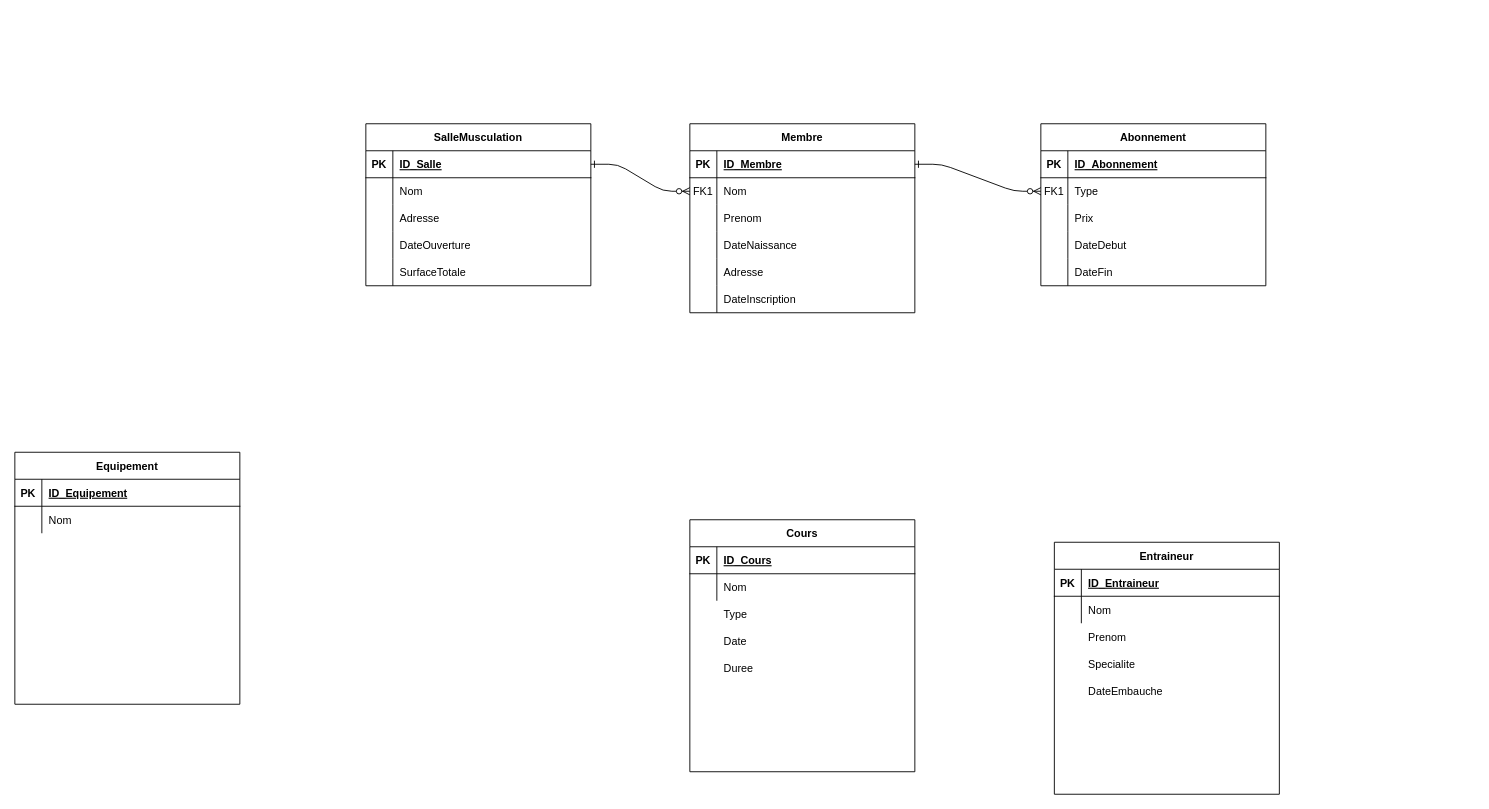
This is SchémaE/R.drawio from uvsqNathanAmoussou/SalleDeMuscuBDD, a draw.io file, before an edit. Source tidied: cells renumbered, new cells numbered last; positions are measured from the earlier drawing's top-left corner, leaving out a move shared by most shapes. Both pictures are drawn from the tidied source at 90%, with x=0, y=0 at pixel (14, 123).
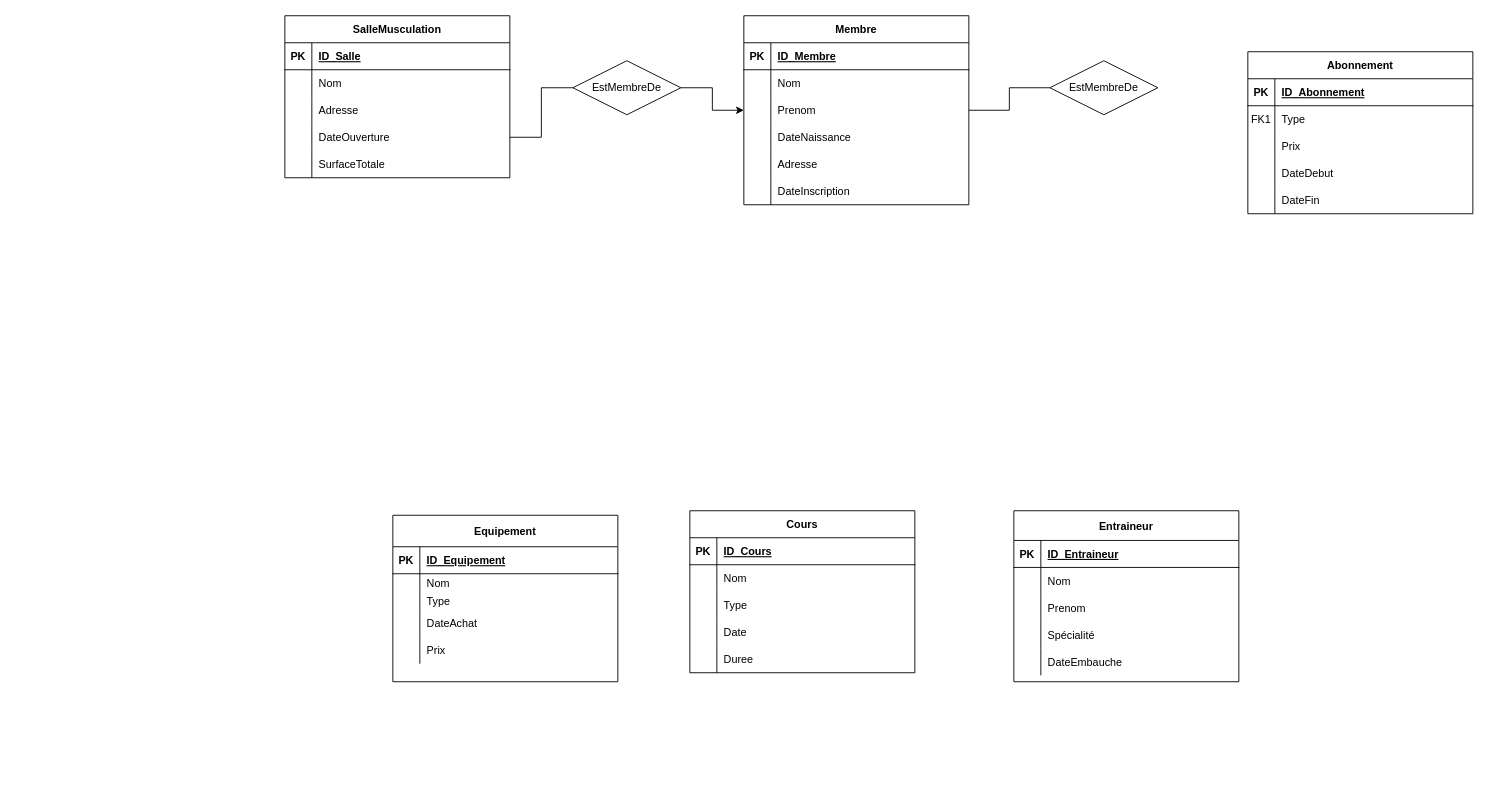
The same diagram, later.

Commit message (it also covers changes not shown here):
Mettre à jour R.drawio

Unchanged cells that the change refers to:
```xml
<mxCell id="5" style="shape=partialRectangle;fillColor=none;points=[[0,0.5],[1,0.5]];portConstraint=eastwest;top=0;left=0;right=0;bottom=1;" parent="4" vertex="1">
  <mxGeometry y="30" width="250" height="30" as="geometry" />
</mxCell>
<mxCell id="8" style="shape=partialRectangle;fillColor=none;points=[[0,0.5],[1,0.5]];portConstraint=eastwest;top=0;left=0;right=0;bottom=0;" parent="4" vertex="1">
  <mxGeometry y="60" width="250" height="30" as="geometry" />
</mxCell>
<mxCell id="11" style="shape=partialRectangle;fillColor=none;points=[[0,0.5],[1,0.5]];portConstraint=eastwest;top=0;left=0;right=0;bottom=0;" parent="4" vertex="1">
  <mxGeometry y="90" width="250" height="30" as="geometry" />
</mxCell>
<mxCell id="27" style="shape=partialRectangle;fillColor=none;points=[[0,0.5],[1,0.5]];portConstraint=eastwest;top=0;left=0;right=0;bottom=0;" parent="23" vertex="1">
  <mxGeometry y="60" width="250" height="30" as="geometry" />
</mxCell>
<mxCell id="40" style="shape=partialRectangle;fillColor=none;points=[[0,0.5],[1,0.5]];portConstraint=eastwest;top=0;left=0;right=0;bottom=1;" parent="39" vertex="1">
  <mxGeometry y="30" width="250" height="30" as="geometry" />
</mxCell>
<mxCell id="49" style="shape=partialRectangle;fillColor=none;points=[[0,0.5],[1,0.5]];portConstraint=eastwest;top=0;left=0;right=0;bottom=0;" parent="39" vertex="1">
  <mxGeometry y="120" width="250" height="30" as="geometry" />
</mxCell>
```

What changed in the source:
```diff
@@
-    <mxCell id="2" style="edgeStyle=entityRelationEdgeStyle;endArrow=ERzeroToMany;startArrow=ERone;endFill=1;startFill=0;" parent="1" edge="1" source="40" target="8">
-      <mxGeometry relative="1" as="geometry" />
-    </mxCell>
-    <mxCell id="3" style="edgeStyle=entityRelationEdgeStyle;endArrow=ERzeroToMany;startArrow=ERone;endFill=1;startFill=0;" parent="1" edge="1" source="5" target="27">
-      <mxGeometry relative="1" as="geometry" />
-    </mxCell>
     <mxCell id="4" value="Membre" style="shape=table;startSize=30;childLayout=tableLayout;rowLines=0;fontStyle=1;align=center;" parent="1" vertex="1">
-      <mxGeometry x="750" width="250" height="210" as="geometry" />
+      <mxGeometry x="810" y="-120" width="250" height="210" as="geometry" />
     </mxCell>
@@
-    <mxCell id="9" value="FK1" style="shape=partialRectangle;overflow=hidden;fillColor=none;top=0;left=0;bottom=0;right=0;" parent="8" vertex="1">
+    <mxCell id="9" style="shape=partialRectangle;overflow=hidden;fillColor=none;top=0;left=0;bottom=0;right=0;" parent="8" vertex="1">
       <mxGeometry width="30" height="30" as="geometry" />
     </mxCell>
@@
     <mxCell id="23" value="Abonnement" style="shape=table;startSize=30;childLayout=tableLayout;rowLines=0;fontStyle=1;align=center;" parent="1" vertex="1">
-      <mxGeometry x="1140" width="250" height="180" as="geometry" />
+      <mxGeometry x="1370" y="-80" width="250" height="180" as="geometry" />
     </mxCell>
@@
     <mxCell id="39" value="SalleMusculation" style="shape=table;startSize=30;childLayout=tableLayout;rowLines=0;fontStyle=1;align=center;" parent="1" vertex="1">
-      <mxGeometry x="390" width="250" height="180" as="geometry" />
+      <mxGeometry x="300" y="-120" width="250" height="180" as="geometry" />
     </mxCell>
@@
     <mxCell id="55" value="Cours" style="shape=table;startSize=30;childLayout=tableLayout;rowLines=0;fontStyle=1;align=center;" parent="1" vertex="1">
-      <mxGeometry x="750" y="440" width="250" height="280" as="geometry" />
+      <mxGeometry x="750" y="430" width="250" height="180" as="geometry" />
     </mxCell>
@@
-    <mxCell id="62" value="Type" style="shape=partialRectangle;overflow=hidden;fillColor=none;top=0;left=0;bottom=0;right=0;align=left;spacingLeft=6;" parent="1" vertex="1">
-      <mxGeometry x="780" y="530" width="220" height="30" as="geometry" />
-    </mxCell>
+    <mxCell id="82" style="shape=partialRectangle;fillColor=none;top=0;left=0;right=0;bottom=0;" parent="55" vertex="1">
+      <mxGeometry y="90" width="250" height="30" as="geometry" />
+    </mxCell>
+    <mxCell id="83" style="shape=partialRectangle;overflow=hidden;fillColor=none;top=0;left=0;bottom=0;right=0;" parent="82" vertex="1">
+      <mxGeometry width="30" height="30" as="geometry" />
+    </mxCell>
+    <mxCell id="84" value="Type   " style="shape=partialRectangle;overflow=hidden;fillColor=none;top=0;left=0;bottom=0;right=0;align=left;spacingLeft=6;" parent="82" vertex="1">
+      <mxGeometry x="30" width="220" height="30" as="geometry" />
+    </mxCell>
+    <mxCell id="85" style="shape=partialRectangle;fillColor=none;top=0;left=0;right=0;bottom=0;" parent="55" vertex="1">
+      <mxGeometry y="120" width="250" height="30" as="geometry" />
+    </mxCell>
+    <mxCell id="86" style="shape=partialRectangle;overflow=hidden;fillColor=none;top=0;left=0;bottom=0;right=0;" parent="85" vertex="1">
+      <mxGeometry width="30" height="30" as="geometry" />
+    </mxCell>
-    <mxCell id="63" value="Date" style="shape=partialRectangle;overflow=hidden;fillColor=none;top=0;left=0;bottom=0;right=0;align=left;spacingLeft=6;" parent="1" vertex="1">
-      <mxGeometry x="780" y="560" width="220" height="30" as="geometry" />
+    <mxCell id="63" value="Date" style="shape=partialRectangle;overflow=hidden;fillColor=none;top=0;left=0;bottom=0;right=0;align=left;spacingLeft=6;" parent="85" vertex="1">
+      <mxGeometry x="30" width="220" height="30" as="geometry" />
     </mxCell>
+    <mxCell id="87" style="shape=partialRectangle;fillColor=none;top=0;left=0;right=0;bottom=0;" parent="55" vertex="1">
+      <mxGeometry y="150" width="250" height="30" as="geometry" />
+    </mxCell>
+    <mxCell id="88" style="shape=partialRectangle;overflow=hidden;fillColor=none;top=0;left=0;bottom=0;right=0;" parent="87" vertex="1">
+      <mxGeometry width="30" height="30" as="geometry" />
+    </mxCell>
-    <mxCell id="64" value="Duree" style="shape=partialRectangle;overflow=hidden;fillColor=none;top=0;left=0;bottom=0;right=0;align=left;spacingLeft=6;" parent="1" vertex="1">
-      <mxGeometry x="780" y="590" width="220" height="30" as="geometry" />
+    <mxCell id="64" value="Duree" style="shape=partialRectangle;overflow=hidden;fillColor=none;top=0;left=0;bottom=0;right=0;align=left;spacingLeft=6;" parent="87" vertex="1">
+      <mxGeometry x="30" width="220" height="30" as="geometry" />
     </mxCell>
-    <mxCell id="65" value="Equipement" style="shape=table;startSize=30;childLayout=tableLayout;rowLines=0;fontStyle=1;align=center;" parent="1" vertex="1">
-      <mxGeometry y="365" width="250" height="280" as="geometry" />
+    <mxCell id="65" value="Equipement" style="shape=table;startSize=35;childLayout=tableLayout;rowLines=0;fontStyle=1;align=center;" parent="1" vertex="1">
+      <mxGeometry x="420" y="435" width="250" height="185" as="geometry" />
     </mxCell>
     <mxCell id="66" style="shape=partialRectangle;fillColor=none;top=0;left=0;right=0;bottom=1;" parent="65" vertex="1">
-      <mxGeometry y="30" width="250" height="30" as="geometry" />
+      <mxGeometry y="35" width="250" height="30" as="geometry" />
     </mxCell>
@@
     <mxCell id="69" style="shape=partialRectangle;fillColor=none;top=0;left=0;right=0;bottom=0;" parent="65" vertex="1">
-      <mxGeometry y="60" width="250" height="30" as="geometry" />
+      <mxGeometry y="65" width="250" height="20" as="geometry" />
     </mxCell>
     <mxCell id="70" style="shape=partialRectangle;overflow=hidden;fillColor=none;top=0;left=0;bottom=0;right=0;" parent="69" vertex="1">
-      <mxGeometry width="30" height="30" as="geometry" />
+      <mxGeometry width="30" height="20" as="geometry" />
     </mxCell>
     <mxCell id="71" value="Nom" style="shape=partialRectangle;overflow=hidden;fillColor=none;top=0;left=0;bottom=0;right=0;align=left;spacingLeft=6;" parent="69" vertex="1">
-      <mxGeometry x="30" width="220" height="30" as="geometry" />
+      <mxGeometry x="30" width="220" height="20" as="geometry" />
     </mxCell>
+    <mxCell id="89" style="shape=partialRectangle;fillColor=none;top=0;left=0;right=0;bottom=0;" parent="65" vertex="1">
+      <mxGeometry y="85" width="250" height="20" as="geometry" />
+    </mxCell>
+    <mxCell id="90" style="shape=partialRectangle;overflow=hidden;fillColor=none;top=0;left=0;bottom=0;right=0;" parent="89" vertex="1">
+      <mxGeometry width="30" height="20" as="geometry" />
+    </mxCell>
+    <mxCell id="62" value="Type" style="shape=partialRectangle;overflow=hidden;fillColor=none;top=0;left=0;bottom=0;right=0;align=left;spacingLeft=6;" parent="89" vertex="1">
+      <mxGeometry x="30" width="220" height="20" as="geometry" />
+    </mxCell>
+    <mxCell id="91" style="shape=partialRectangle;fillColor=none;top=0;left=0;right=0;bottom=0;" parent="65" vertex="1">
+      <mxGeometry y="105" width="250" height="30" as="geometry" />
+    </mxCell>
+    <mxCell id="92" style="shape=partialRectangle;overflow=hidden;fillColor=none;top=0;left=0;bottom=0;right=0;" parent="91" vertex="1">
+      <mxGeometry width="30" height="30" as="geometry" />
+    </mxCell>
+    <mxCell id="93" value="DateAchat" style="shape=partialRectangle;overflow=hidden;fillColor=none;top=0;left=0;bottom=0;right=0;align=left;spacingLeft=6;" parent="91" vertex="1">
+      <mxGeometry x="30" width="220" height="30" as="geometry" />
+    </mxCell>
+    <mxCell id="94" style="shape=partialRectangle;fillColor=none;top=0;left=0;right=0;bottom=0;" parent="65" vertex="1">
+      <mxGeometry y="135" width="250" height="30" as="geometry" />
+    </mxCell>
+    <mxCell id="95" style="shape=partialRectangle;overflow=hidden;fillColor=none;top=0;left=0;bottom=0;right=0;" parent="94" vertex="1">
+      <mxGeometry width="30" height="30" as="geometry" />
+    </mxCell>
+    <mxCell id="96" value="Prix" style="shape=partialRectangle;overflow=hidden;fillColor=none;top=0;left=0;bottom=0;right=0;align=left;spacingLeft=6;" parent="94" vertex="1">
+      <mxGeometry x="30" width="220" height="30" as="geometry" />
+    </mxCell>
-    <mxCell id="72" value="Entraineur" style="shape=table;startSize=30;childLayout=tableLayout;rowLines=0;fontStyle=1;align=center;" parent="1" vertex="1">
-      <mxGeometry x="1155" y="465" width="250" height="280" as="geometry" />
+    <mxCell id="72" value="Entraineur" style="shape=table;startSize=33;childLayout=tableLayout;rowLines=0;fontStyle=1;align=center;" parent="1" vertex="1">
+      <mxGeometry x="1110" y="430" width="250" height="190" as="geometry" />
     </mxCell>
     <mxCell id="73" style="shape=partialRectangle;fillColor=none;top=0;left=0;right=0;bottom=1;" parent="72" vertex="1">
-      <mxGeometry y="30" width="250" height="30" as="geometry" />
+      <mxGeometry y="33" width="250" height="30" as="geometry" />
     </mxCell>
@@
     <mxCell id="76" style="shape=partialRectangle;fillColor=none;top=0;left=0;right=0;bottom=0;" parent="72" vertex="1">
-      <mxGeometry y="60" width="250" height="30" as="geometry" />
+      <mxGeometry y="63" width="250" height="30" as="geometry" />
     </mxCell>
@@
+    <mxCell id="97" style="shape=partialRectangle;fillColor=none;top=0;left=0;right=0;bottom=0;" parent="72" vertex="1">
+      <mxGeometry y="93" width="250" height="30" as="geometry" />
+    </mxCell>
+    <mxCell id="98" style="shape=partialRectangle;overflow=hidden;fillColor=none;top=0;left=0;bottom=0;right=0;" parent="97" vertex="1">
+      <mxGeometry width="30" height="30" as="geometry" />
+    </mxCell>
-    <mxCell id="79" value="Prenom" style="shape=partialRectangle;overflow=hidden;fillColor=none;top=0;left=0;bottom=0;right=0;align=left;spacingLeft=6;" parent="1" vertex="1">
-      <mxGeometry x="1185" y="555" width="220" height="30" as="geometry" />
+    <mxCell id="79" value="Prenom" style="shape=partialRectangle;overflow=hidden;fillColor=none;top=0;left=0;bottom=0;right=0;align=left;spacingLeft=6;" parent="97" vertex="1">
+      <mxGeometry x="30" width="220" height="30" as="geometry" />
     </mxCell>
-    <mxCell id="80" value="Specialite" style="shape=partialRectangle;overflow=hidden;fillColor=none;top=0;left=0;bottom=0;right=0;align=left;spacingLeft=6;" parent="1" vertex="1">
-      <mxGeometry x="1185" y="585" width="220" height="30" as="geometry" />
-    </mxCell>
+    <mxCell id="99" style="shape=partialRectangle;fillColor=none;top=0;left=0;right=0;bottom=0;" parent="72" vertex="1">
+      <mxGeometry y="123" width="250" height="30" as="geometry" />
+    </mxCell>
+    <mxCell id="100" style="shape=partialRectangle;overflow=hidden;fillColor=none;top=0;left=0;bottom=0;right=0;" parent="99" vertex="1">
+      <mxGeometry width="30" height="30" as="geometry" />
+    </mxCell>
+    <mxCell id="101" value="Spécialité" style="shape=partialRectangle;overflow=hidden;fillColor=none;top=0;left=0;bottom=0;right=0;align=left;spacingLeft=6;" parent="99" vertex="1">
+      <mxGeometry x="30" width="220" height="30" as="geometry" />
+    </mxCell>
+    <mxCell id="102" style="shape=partialRectangle;fillColor=none;top=0;left=0;right=0;bottom=0;" parent="72" vertex="1">
+      <mxGeometry y="153" width="250" height="30" as="geometry" />
+    </mxCell>
+    <mxCell id="103" style="shape=partialRectangle;overflow=hidden;fillColor=none;top=0;left=0;bottom=0;right=0;" parent="102" vertex="1">
+      <mxGeometry width="30" height="30" as="geometry" />
+    </mxCell>
-    <mxCell id="81" value="DateEmbauche" style="shape=partialRectangle;overflow=hidden;fillColor=none;top=0;left=0;bottom=0;right=0;align=left;spacingLeft=6;" parent="1" vertex="1">
-      <mxGeometry x="1185" y="615" width="220" height="30" as="geometry" />
+    <mxCell id="81" value="DateEmbauche" style="shape=partialRectangle;overflow=hidden;fillColor=none;top=0;left=0;bottom=0;right=0;align=left;spacingLeft=6;" parent="102" vertex="1">
+      <mxGeometry x="30" width="220" height="30" as="geometry" />
     </mxCell>
+    <mxCell id="104" style="edgeStyle=orthogonalEdgeStyle;rounded=0;jettySize=auto;html=1;exitX=0;exitY=0.5;exitDx=0;exitDy=0;endArrow=none;endFill=0;" parent="1" edge="1" source="106" target="49">
+      <mxGeometry relative="1" as="geometry" />
+    </mxCell>
+    <mxCell id="105" style="edgeStyle=orthogonalEdgeStyle;rounded=0;jettySize=auto;html=1;" parent="1" edge="1" source="106" target="11">
+      <mxGeometry relative="1" as="geometry" />
+    </mxCell>
+    <mxCell id="106" value="EstMembreDe" style="shape=rhombus;perimeter=rhombusPerimeter;whiteSpace=wrap;html=1;align=center;" parent="1" vertex="1">
+      <mxGeometry x="620" y="-70" width="120" height="60" as="geometry" />
+    </mxCell>
+    <mxCell id="107" style="edgeStyle=orthogonalEdgeStyle;rounded=0;jettySize=auto;html=1;endArrow=none;endFill=0;" parent="1" edge="1" source="108" target="11">
+      <mxGeometry relative="1" as="geometry" />
+    </mxCell>
+    <mxCell id="108" value="EstMembreDe" style="shape=rhombus;perimeter=rhombusPerimeter;whiteSpace=wrap;html=1;align=center;" parent="1" vertex="1">
+      <mxGeometry x="1150" y="-70" width="120" height="60" as="geometry" />
+    </mxCell>
```
